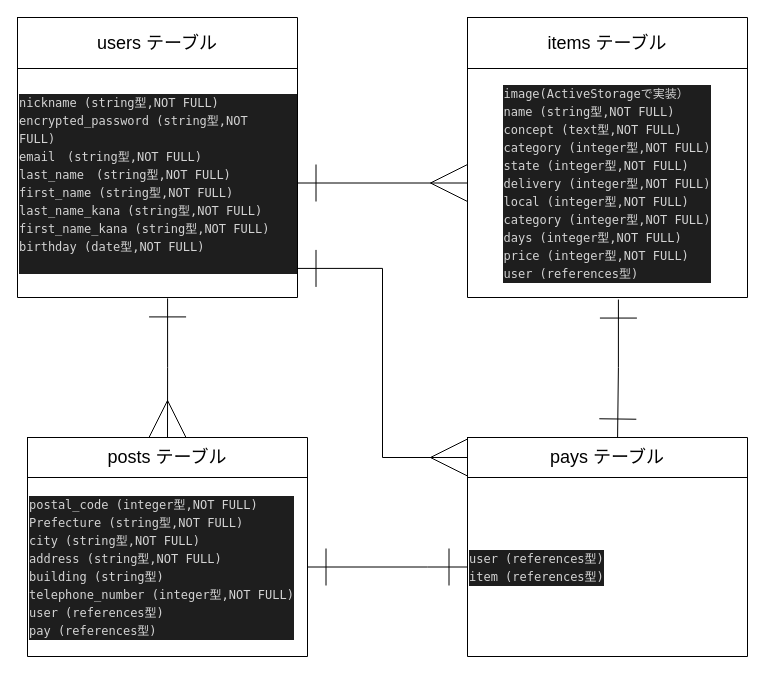
Earlier version of the draw.io diagram er.dio (pararan765/furima-36408). Source tidied: cells renumbered, new cells numbered last; positions are measured from the earlier drawing's top-left corner, leaving out a move shared by most shapes. Both pictures are drawn from the tidied source at 100%, with x=0, y=0 at pixel (17, 17).
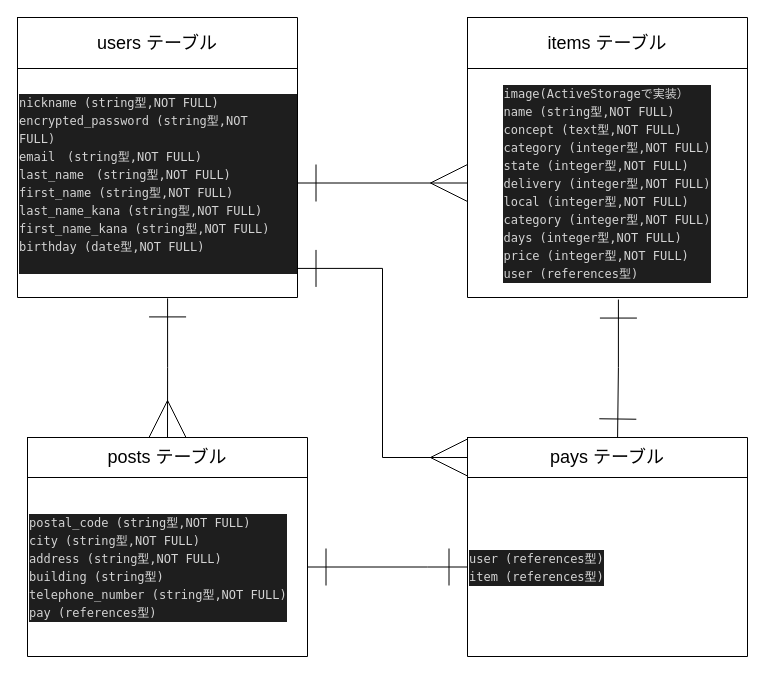
The same page after the edit.

The change refers to these unchanged cells:
```xml
<mxCell id="20" style="shape=partialRectangle;fillColor=none;top=0;left=0;bottom=0;right=0;points=[[0,0.5],[1,0.5]];portConstraint=eastwest;" parent="17" vertex="1">
  <mxGeometry y="40" width="280" height="179" as="geometry" />
</mxCell>
```

Diff of the diagram source:
```diff
@@
-    <mxCell id="21" value="&lt;div style=&quot;color: rgb(212 , 212 , 212) ; background-color: rgb(30 , 30 , 30) ; font-family: &amp;#34;menlo&amp;#34; , &amp;#34;monaco&amp;#34; , &amp;#34;courier new&amp;#34; , monospace ; line-height: 18px&quot;&gt;&lt;div&gt;&lt;div&gt;postal_code (integer型,NOT FULL)&lt;/div&gt;&lt;div&gt;Prefecture (string型,NOT FULL)&amp;nbsp;&lt;/div&gt;&lt;div&gt;city (string型,NOT FULL)&lt;/div&gt;&lt;div&gt;address (string型,NOT FULL)&lt;/div&gt;&lt;div&gt;building (string型)&lt;/div&gt;&lt;div&gt;telephone_number (integer型,NOT FULL)&lt;/div&gt;&lt;div&gt;user (references型)&lt;/div&gt;&lt;div&gt;pay (references型)&lt;/div&gt;&lt;/div&gt;&lt;/div&gt;" style="shape=partialRectangle;html=1;whiteSpace=wrap;overflow=hidden;fillColor=none;top=0;left=0;bottom=0;right=0;align=left;" parent="20" vertex="1">
+    <mxCell id="21" value="&lt;div style=&quot;color: rgb(212 , 212 , 212) ; background-color: rgb(30 , 30 , 30) ; font-family: &amp;#34;menlo&amp;#34; , &amp;#34;monaco&amp;#34; , &amp;#34;courier new&amp;#34; , monospace ; line-height: 18px&quot;&gt;&lt;div&gt;postal_code (string型,NOT FULL)&lt;/div&gt;&lt;div&gt;city (string型,NOT FULL)&lt;/div&gt;&lt;div&gt;address (string型,NOT FULL)&lt;/div&gt;&lt;div&gt;building (string型)&lt;/div&gt;&lt;div&gt;telephone_number (string型,NOT FULL)&lt;/div&gt;&lt;div&gt;pay (references型)&lt;/div&gt;&lt;/div&gt;" style="shape=partialRectangle;html=1;whiteSpace=wrap;overflow=hidden;fillColor=none;top=0;left=0;bottom=0;right=0;align=left;" parent="20" vertex="1">
       <mxGeometry width="280" height="179" as="geometry" />
     </mxCell>
```
